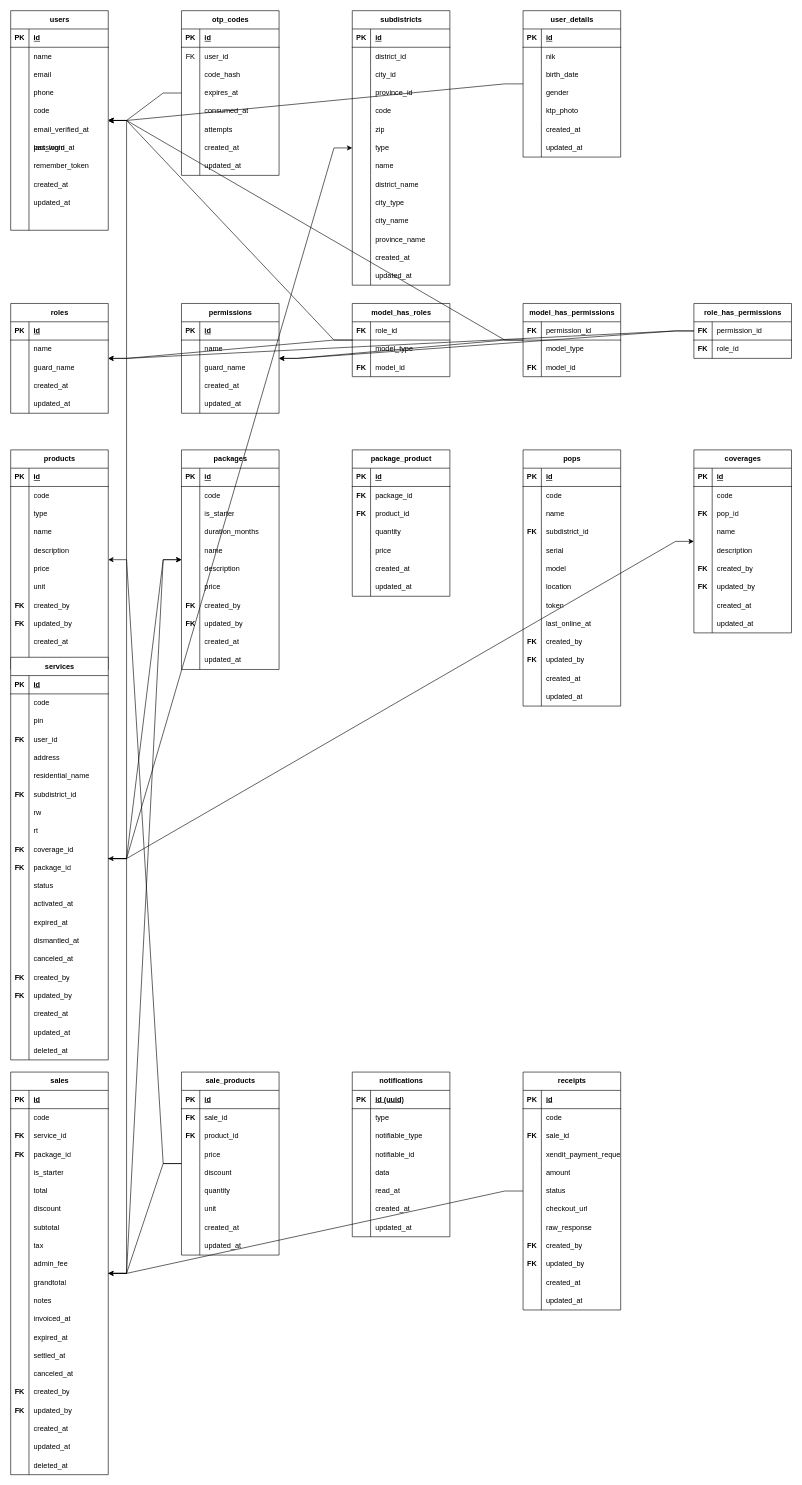
sirosys/nexa keeps this draw.io diagram as database/database_actual.drawio. Above is the earlier version. Source tidied: cells renumbered, new cells numbered last; positions are measured from the earlier drawing's top-left corner, leaving out a move shared by most shapes. Both pictures are drawn from the tidied source at 61%, with x=0, y=0 at pixel (10, 10).
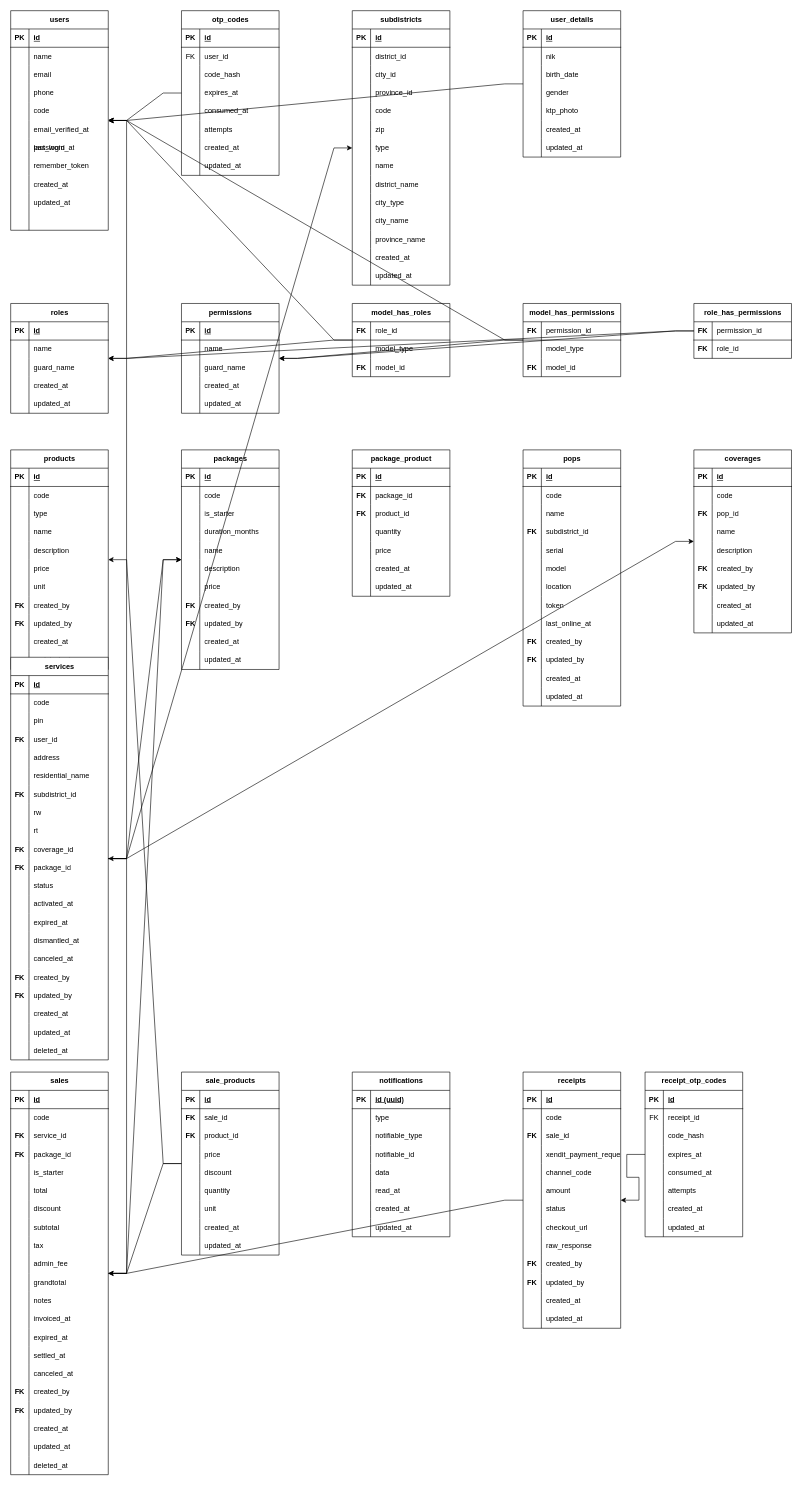
Above is the later version.

The edit, as a diff of the source:
```diff
@@
     <mxCell id="536" value="receipts" style="shape=table;startSize=30;childLayout=tableLayout;rowLines=0;fontStyle=1;align=center;html=1;rounded=0;" parent="1" vertex="1">
-      <mxGeometry x="840" y="1740" width="160" height="390" as="geometry" />
+      <mxGeometry x="840" y="1740" width="160" height="420" as="geometry" />
     </mxCell>
@@
+    <mxCell id="578" style="shape=tableRow;horizontal=0;startSize=0;swimlaneHead=0;swimlaneBody=0;fillColor=none;top=0;left=0;right=0;bottom=0;rounded=0;" parent="536" vertex="1">
+      <mxGeometry y="150" width="160" height="30" as="geometry" />
+    </mxCell>
+    <mxCell id="579" style="shape=partialRectangle;fillColor=none;top=0;left=0;bottom=0;right=0;overflow=hidden;whiteSpace=wrap;html=1;rounded=0;" parent="578" vertex="1">
+      <mxGeometry width="30" height="30" as="geometry" />
+    </mxCell>
+    <mxCell id="580" value="channel_code" style="shape=partialRectangle;fillColor=none;top=0;left=0;bottom=0;right=0;align=left;spacingLeft=6;overflow=hidden;whiteSpace=wrap;html=1;rounded=0;" parent="578" vertex="1">
+      <mxGeometry x="30" width="130" height="30" as="geometry" />
+    </mxCell>
     <mxCell id="549" style="shape=tableRow;horizontal=0;startSize=0;swimlaneHead=0;swimlaneBody=0;fillColor=none;top=0;left=0;right=0;bottom=0;rounded=0;" parent="536" vertex="1">
-      <mxGeometry y="150" width="160" height="30" as="geometry" />
+      <mxGeometry y="180" width="160" height="30" as="geometry" />
     </mxCell>
@@
     <mxCell id="552" style="shape=tableRow;horizontal=0;startSize=0;swimlaneHead=0;swimlaneBody=0;fillColor=none;top=0;left=0;right=0;bottom=0;rounded=0;" parent="536" vertex="1">
-      <mxGeometry y="180" width="160" height="30" as="geometry" />
+      <mxGeometry y="210" width="160" height="30" as="geometry" />
     </mxCell>
@@
     <mxCell id="555" style="shape=tableRow;horizontal=0;startSize=0;swimlaneHead=0;swimlaneBody=0;fillColor=none;top=0;left=0;right=0;bottom=0;rounded=0;" parent="536" vertex="1">
-      <mxGeometry y="210" width="160" height="30" as="geometry" />
+      <mxGeometry y="240" width="160" height="30" as="geometry" />
     </mxCell>
@@
     <mxCell id="558" style="shape=tableRow;horizontal=0;startSize=0;swimlaneHead=0;swimlaneBody=0;fillColor=none;top=0;left=0;right=0;bottom=0;rounded=0;" parent="536" vertex="1">
-      <mxGeometry y="240" width="160" height="30" as="geometry" />
+      <mxGeometry y="270" width="160" height="30" as="geometry" />
     </mxCell>
@@
     <mxCell id="561" style="shape=tableRow;horizontal=0;startSize=0;swimlaneHead=0;swimlaneBody=0;fillColor=none;top=0;left=0;right=0;bottom=0;rounded=0;" parent="536" vertex="1">
-      <mxGeometry y="270" width="160" height="30" as="geometry" />
+      <mxGeometry y="300" width="160" height="30" as="geometry" />
     </mxCell>
@@
     <mxCell id="564" style="shape=tableRow;horizontal=0;startSize=0;swimlaneHead=0;swimlaneBody=0;fillColor=none;top=0;left=0;right=0;bottom=0;rounded=0;" parent="536" vertex="1">
-      <mxGeometry y="300" width="160" height="30" as="geometry" />
+      <mxGeometry y="330" width="160" height="30" as="geometry" />
     </mxCell>
@@
     <mxCell id="567" style="shape=tableRow;horizontal=0;startSize=0;swimlaneHead=0;swimlaneBody=0;fillColor=none;top=0;left=0;right=0;bottom=0;rounded=0;" parent="536" vertex="1">
-      <mxGeometry y="330" width="160" height="30" as="geometry" />
+      <mxGeometry y="360" width="160" height="30" as="geometry" />
     </mxCell>
@@
     <mxCell id="570" style="shape=tableRow;horizontal=0;startSize=0;swimlaneHead=0;swimlaneBody=0;fillColor=none;top=0;left=0;right=0;bottom=0;rounded=0;" parent="536" vertex="1">
-      <mxGeometry y="360" width="160" height="30" as="geometry" />
+      <mxGeometry y="390" width="160" height="30" as="geometry" />
     </mxCell>
@@
+    <mxCell id="581" value="receipt_otp_codes" style="shape=table;startSize=30;childLayout=tableLayout;rowLines=0;fontStyle=1;align=center;html=1;rounded=0;" parent="1" vertex="1">
+      <mxGeometry x="1040" y="1740" width="160" height="270" as="geometry" />
+    </mxCell>
+    <mxCell id="582" style="shape=tableRow;horizontal=0;startSize=0;swimlaneHead=0;swimlaneBody=0;fillColor=none;top=0;left=0;right=0;bottom=1;rounded=0;" parent="581" vertex="1">
+      <mxGeometry y="30" width="160" height="30" as="geometry" />
+    </mxCell>
+    <mxCell id="583" value="PK" style="shape=partialRectangle;fillColor=none;top=0;left=0;bottom=0;right=0;fontStyle=1;overflow=hidden;whiteSpace=wrap;html=1;rounded=0;" parent="582" vertex="1">
+      <mxGeometry width="30" height="30" as="geometry" />
+    </mxCell>
+    <mxCell id="584" value="id" style="shape=partialRectangle;fillColor=none;top=0;left=0;bottom=0;right=0;align=left;spacingLeft=6;fontStyle=5;overflow=hidden;whiteSpace=wrap;html=1;rounded=0;" parent="582" vertex="1">
+      <mxGeometry x="30" width="130" height="30" as="geometry" />
+    </mxCell>
+    <mxCell id="585" style="shape=tableRow;horizontal=0;startSize=0;swimlaneHead=0;swimlaneBody=0;fillColor=none;top=0;left=0;right=0;bottom=0;rounded=0;" parent="581" vertex="1">
+      <mxGeometry y="60" width="160" height="30" as="geometry" />
+    </mxCell>
+    <mxCell id="586" value="FK" style="shape=partialRectangle;fillColor=none;top=0;left=0;bottom=0;right=0;overflow=hidden;whiteSpace=wrap;html=1;rounded=0;" parent="585" vertex="1">
+      <mxGeometry width="30" height="30" as="geometry" />
+    </mxCell>
+    <mxCell id="587" value="receipt_id" style="shape=partialRectangle;fillColor=none;top=0;left=0;bottom=0;right=0;align=left;spacingLeft=6;overflow=hidden;whiteSpace=wrap;html=1;rounded=0;" parent="585" vertex="1">
+      <mxGeometry x="30" width="130" height="30" as="geometry" />
+    </mxCell>
+    <mxCell id="588" style="shape=tableRow;horizontal=0;startSize=0;swimlaneHead=0;swimlaneBody=0;fillColor=none;top=0;left=0;right=0;bottom=0;rounded=0;" parent="581" vertex="1">
+      <mxGeometry y="90" width="160" height="30" as="geometry" />
+    </mxCell>
+    <mxCell id="589" style="shape=partialRectangle;fillColor=none;top=0;left=0;bottom=0;right=0;overflow=hidden;whiteSpace=wrap;html=1;rounded=0;" parent="588" vertex="1">
+      <mxGeometry width="30" height="30" as="geometry" />
+    </mxCell>
+    <mxCell id="590" value="code_hash" style="shape=partialRectangle;fillColor=none;top=0;left=0;bottom=0;right=0;align=left;spacingLeft=6;overflow=hidden;whiteSpace=wrap;html=1;rounded=0;" parent="588" vertex="1">
+      <mxGeometry x="30" width="130" height="30" as="geometry" />
+    </mxCell>
+    <mxCell id="591" style="shape=tableRow;horizontal=0;startSize=0;swimlaneHead=0;swimlaneBody=0;fillColor=none;top=0;left=0;right=0;bottom=0;rounded=0;" parent="581" vertex="1">
+      <mxGeometry y="120" width="160" height="30" as="geometry" />
+    </mxCell>
+    <mxCell id="592" style="shape=partialRectangle;fillColor=none;top=0;left=0;bottom=0;right=0;overflow=hidden;whiteSpace=wrap;html=1;rounded=0;" parent="591" vertex="1">
+      <mxGeometry width="30" height="30" as="geometry" />
+    </mxCell>
+    <mxCell id="593" value="expires_at" style="shape=partialRectangle;fillColor=none;top=0;left=0;bottom=0;right=0;align=left;spacingLeft=6;overflow=hidden;whiteSpace=wrap;html=1;rounded=0;" parent="591" vertex="1">
+      <mxGeometry x="30" width="130" height="30" as="geometry" />
+    </mxCell>
+    <mxCell id="594" style="shape=tableRow;horizontal=0;startSize=0;swimlaneHead=0;swimlaneBody=0;fillColor=none;top=0;left=0;right=0;bottom=0;rounded=0;" parent="581" vertex="1">
+      <mxGeometry y="150" width="160" height="30" as="geometry" />
+    </mxCell>
+    <mxCell id="595" style="shape=partialRectangle;fillColor=none;top=0;left=0;bottom=0;right=0;overflow=hidden;whiteSpace=wrap;html=1;rounded=0;" parent="594" vertex="1">
+      <mxGeometry width="30" height="30" as="geometry" />
+    </mxCell>
+    <mxCell id="596" value="consumed_at" style="shape=partialRectangle;fillColor=none;top=0;left=0;bottom=0;right=0;align=left;spacingLeft=6;overflow=hidden;whiteSpace=wrap;html=1;rounded=0;" parent="594" vertex="1">
+      <mxGeometry x="30" width="130" height="30" as="geometry" />
+    </mxCell>
+    <mxCell id="597" style="shape=tableRow;horizontal=0;startSize=0;swimlaneHead=0;swimlaneBody=0;fillColor=none;top=0;left=0;right=0;bottom=0;rounded=0;" parent="581" vertex="1">
+      <mxGeometry y="180" width="160" height="30" as="geometry" />
+    </mxCell>
+    <mxCell id="598" style="shape=partialRectangle;fillColor=none;top=0;left=0;bottom=0;right=0;overflow=hidden;whiteSpace=wrap;html=1;rounded=0;" parent="597" vertex="1">
+      <mxGeometry width="30" height="30" as="geometry" />
+    </mxCell>
+    <mxCell id="599" value="attempts" style="shape=partialRectangle;fillColor=none;top=0;left=0;bottom=0;right=0;align=left;spacingLeft=6;overflow=hidden;whiteSpace=wrap;html=1;rounded=0;" parent="597" vertex="1">
+      <mxGeometry x="30" width="130" height="30" as="geometry" />
+    </mxCell>
+    <mxCell id="600" style="shape=tableRow;horizontal=0;startSize=0;swimlaneHead=0;swimlaneBody=0;fillColor=none;top=0;left=0;right=0;bottom=0;rounded=0;" parent="581" vertex="1">
+      <mxGeometry y="210" width="160" height="30" as="geometry" />
+    </mxCell>
+    <mxCell id="601" style="shape=partialRectangle;fillColor=none;top=0;left=0;bottom=0;right=0;overflow=hidden;whiteSpace=wrap;html=1;rounded=0;" parent="600" vertex="1">
+      <mxGeometry width="30" height="30" as="geometry" />
+    </mxCell>
+    <mxCell id="602" value="created_at" style="shape=partialRectangle;fillColor=none;top=0;left=0;bottom=0;right=0;align=left;spacingLeft=6;overflow=hidden;whiteSpace=wrap;html=1;rounded=0;" parent="600" vertex="1">
+      <mxGeometry x="30" width="130" height="30" as="geometry" />
+    </mxCell>
+    <mxCell id="603" style="shape=tableRow;horizontal=0;startSize=0;swimlaneHead=0;swimlaneBody=0;fillColor=none;top=0;left=0;right=0;bottom=0;rounded=0;" parent="581" vertex="1">
+      <mxGeometry y="240" width="160" height="30" as="geometry" />
+    </mxCell>
+    <mxCell id="604" style="shape=partialRectangle;fillColor=none;top=0;left=0;bottom=0;right=0;overflow=hidden;whiteSpace=wrap;html=1;rounded=0;" parent="603" vertex="1">
+      <mxGeometry width="30" height="30" as="geometry" />
+    </mxCell>
+    <mxCell id="605" value="updated_at" style="shape=partialRectangle;fillColor=none;top=0;left=0;bottom=0;right=0;align=left;spacingLeft=6;overflow=hidden;whiteSpace=wrap;html=1;rounded=0;" parent="603" vertex="1">
+      <mxGeometry x="30" width="130" height="30" as="geometry" />
+    </mxCell>
+    <mxCell id="606" style="edgeStyle=entityRelationEdgeStyle;rounded=0;jettySize=auto;html=1;" parent="1" edge="1" source="581" target="536">
+      <mxGeometry relative="1" as="geometry" />
+    </mxCell>
```
